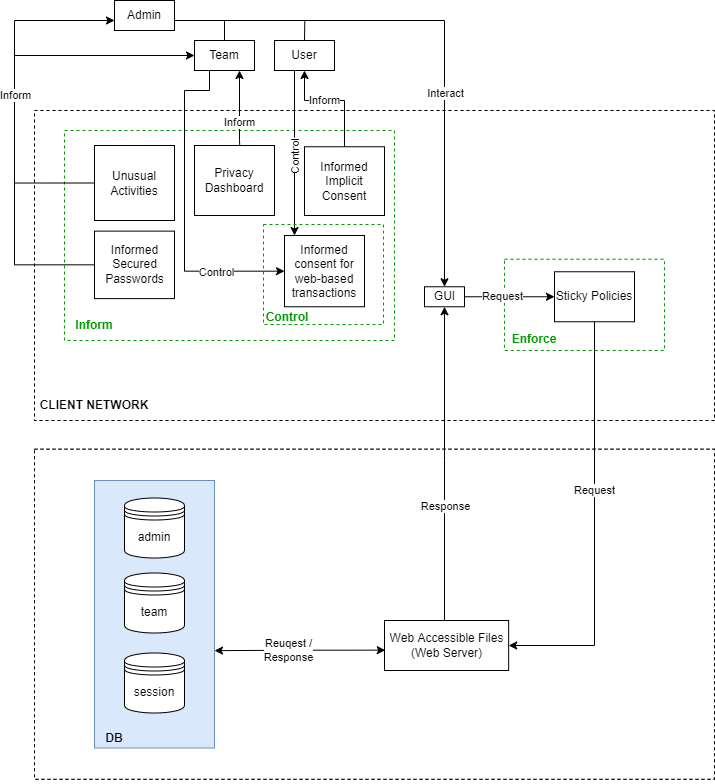
claudialorusso/CivicSense keeps this draw.io diagram as Process_Oriented_Strategies_class_diagram.drawio.png. Above is the earlier version. Source tidied: cells renumbered, new cells last; positions are measured from the earlier drawing's top-left corner, leaving out a move shared by most shapes.
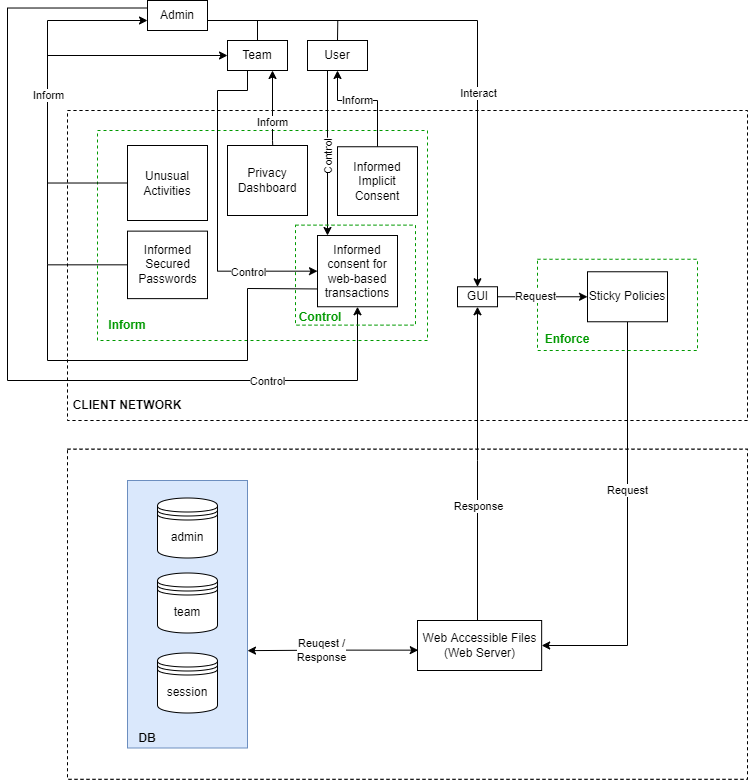
The same diagram one commit later.

What changed in the source:
```diff
@@ -227,6 +227,18 @@
     <mxCell id="57" value="&lt;font color=&quot;#000000&quot;&gt;Interact&lt;/font&gt;" style="edgeLabel;html=1;align=center;verticalAlign=middle;fontColor=#009900;" parent="56" vertex="1">
       <mxGeometry x="0.28" y="1" relative="1" as="geometry" />
     </mxCell>
+    <mxCell id="92" style="edgeStyle=orthogonalEdgeStyle;rounded=0;jettySize=auto;html=1;exitX=0;exitY=0.25;exitDx=0;exitDy=0;endArrow=classic;endFill=1;entryX=0.5;entryY=1;entryDx=0;entryDy=0;" parent="1" edge="1" source="58" target="84">
+      <mxGeometry relative="1" as="geometry">
+        <Array as="points">
+          <mxPoint x="-40" y="8" />
+          <mxPoint x="-40" y="380" />
+          <mxPoint x="310" y="380" />
+        </Array>
+      </mxGeometry>
+    </mxCell>
+    <mxCell id="93" value="Control" style="edgeLabel;html=1;align=center;verticalAlign=middle;" parent="92" vertex="1">
+      <mxGeometry x="0.65" y="-1" relative="1" as="geometry" />
+    </mxCell>
     <mxCell id="58" value="Admin" style="rounded=0;whiteSpace=wrap;html=1;" parent="1" vertex="1">
       <mxGeometry x="100" width="60" height="30" as="geometry" />
     </mxCell>
@@ -326,12 +338,14 @@
     <mxCell id="79" value="Unusual Activities" style="rounded=0;whiteSpace=wrap;html=1;" parent="1" vertex="1">
       <mxGeometry x="80" y="145" width="80" height="75" as="geometry" />
     </mxCell>
-    <mxCell id="80" style="edgeStyle=orthogonalEdgeStyle;rounded=0;jettySize=auto;html=1;entryX=0.25;entryY=1;entryDx=0;entryDy=0;fontColor=#000000;startArrow=classic;startFill=1;endArrow=none;endFill=0;" parent="1" edge="1" source="84" target="63">
+    <mxCell id="80" style="edgeStyle=orthogonalEdgeStyle;rounded=0;jettySize=auto;html=1;fontColor=#000000;startArrow=classic;startFill=1;endArrow=none;endFill=0;" parent="1" edge="1" source="84">
       <mxGeometry relative="1" as="geometry">
+        <mxPoint x="200" y="70" as="targetPoint" />
         <Array as="points">
-          <mxPoint x="170" y="270" />
+          <mxPoint x="170" y="271" />
           <mxPoint x="170" y="90" />
-          <mxPoint x="195" y="90" />
+          <mxPoint x="200" y="90" />
+          <mxPoint x="200" y="70" />
         </Array>
       </mxGeometry>
     </mxCell>
@@ -351,9 +365,6 @@
         <mxPoint y="13" as="offset" />
       </mxGeometry>
     </mxCell>
-    <mxCell id="84" value="Informed consent for&lt;br&gt;web-based&lt;br&gt;transactions" style="rounded=0;whiteSpace=wrap;html=1;" parent="1" vertex="1">
-      <mxGeometry x="270" y="235" width="80" height="71.2" as="geometry" />
-    </mxCell>
     <mxCell id="85" style="rounded=0;whiteSpace=wrap;html=1;fillColor=none;dashed=1;strokeColor=#009900;" parent="1" vertex="1">
       <mxGeometry x="490" y="258.8" width="160" height="91.2" as="geometry" />
     </mxCell>
@@ -361,7 +372,7 @@
       <mxGeometry x="490" y="324" width="60" height="30" as="geometry" />
     </mxCell>
     <mxCell id="87" style="rounded=0;whiteSpace=wrap;html=1;fillColor=none;dashed=1;strokeColor=#009900;" parent="1" vertex="1">
-      <mxGeometry x="249" y="224" width="120" height="100" as="geometry" />
+      <mxGeometry x="248" y="224.6" width="120" height="100" as="geometry" />
     </mxCell>
     <mxCell id="88" value="&lt;b&gt;&lt;font color=&quot;#009900&quot;&gt;Control&lt;/font&gt;&lt;/b&gt;" style="text;html=1;strokeColor=none;fillColor=none;align=center;verticalAlign=middle;whiteSpace=wrap;rounded=0;dashed=1;" parent="1" vertex="1">
       <mxGeometry x="243" y="301.5" width="60" height="30" as="geometry" />
@@ -377,5 +388,18 @@
     <mxCell id="91" value="Sticky Policies" style="rounded=0;whiteSpace=wrap;html=1;fontColor=#000000;strokeColor=#000000;fillColor=default;" parent="1" vertex="1">
       <mxGeometry x="540" y="271.3" width="80" height="50" as="geometry" />
     </mxCell>
+    <mxCell id="94" style="endArrow=none;html=1;rounded=0;endFill=0;exitX=0;exitY=0.75;exitDx=0;exitDy=0;" parent="1" edge="1" source="84">
+      <mxGeometry relative="1" as="geometry">
+        <mxPoint y="264.5" as="targetPoint" />
+        <Array as="points">
+          <mxPoint x="200" y="288" />
+          <mxPoint x="200" y="360" />
+          <mxPoint y="360" />
+        </Array>
+      </mxGeometry>
+    </mxCell>
+    <mxCell id="84" value="Informed consent for&lt;br&gt;web-based&lt;br&gt;transactions" style="rounded=0;whiteSpace=wrap;html=1;" parent="1" vertex="1">
+      <mxGeometry x="270" y="235" width="80" height="71.2" as="geometry" />
+    </mxCell>
   </root>
 </mxGraphModel>
```
